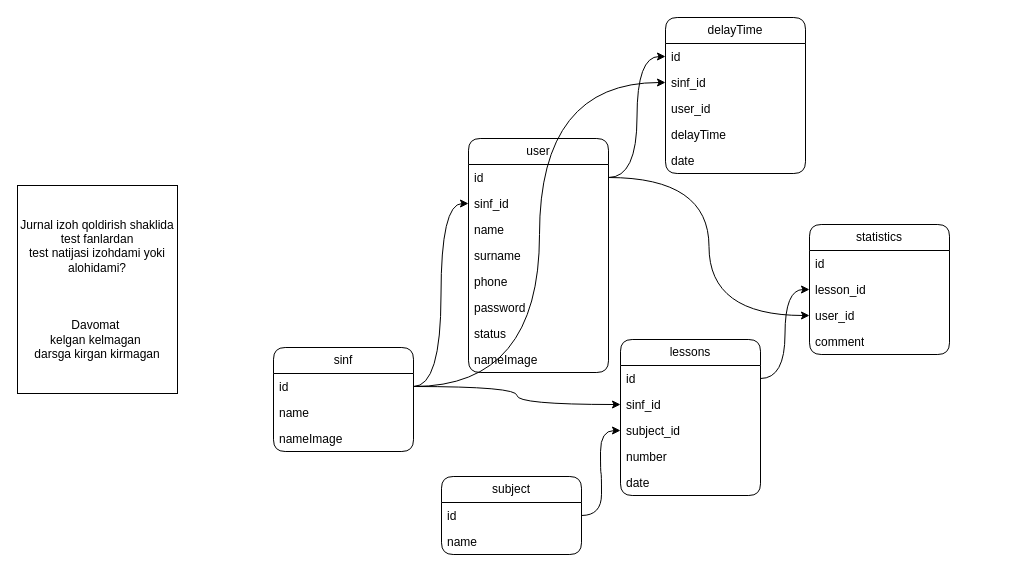
Above: Ixlos.drawio in MardonAslonov/DrawIo (draw.io), before the change. Source tidied: cells renumbered, new cells numbered last; positions are measured from the earlier drawing's top-left corner, leaving out a move shared by most shapes. Both pictures are drawn from the tidied source at 100%, with x=0, y=0 at pixel (17, 17).
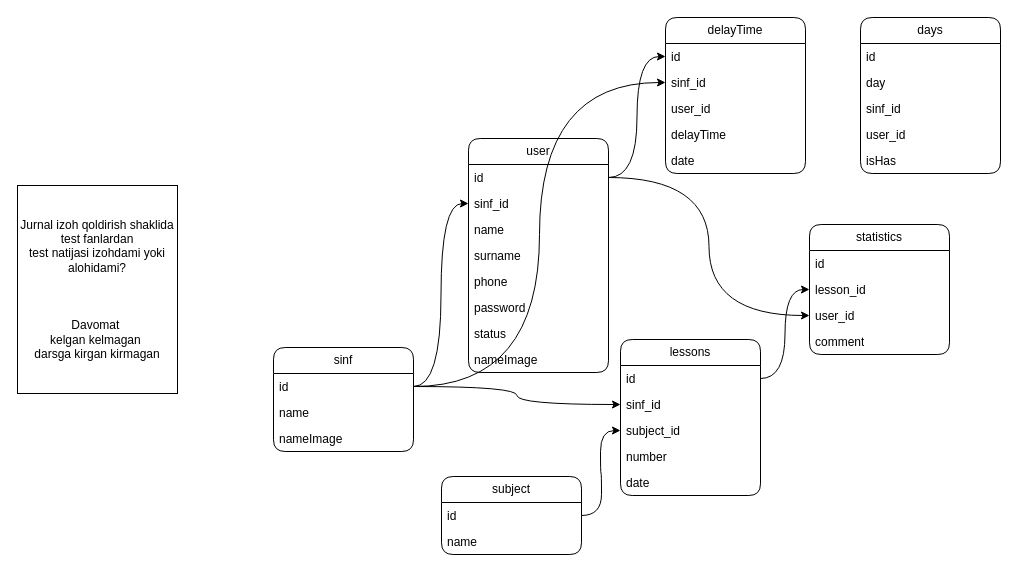
Above is the later version.

The edit, as a diff of the source:
```diff
@@
+    <mxCell id="43" value="days" style="swimlane;fontStyle=0;horizontal=1;startSize=26;fillColor=none;whiteSpace=wrap;html=1;rounded=1;shadow=0;glass=0;" parent="1" vertex="1">
+      <mxGeometry x="843" width="140" height="156" as="geometry" />
+    </mxCell>
+    <mxCell id="44" value="id" style="text;strokeColor=none;fillColor=none;align=left;verticalAlign=top;spacingLeft=4;spacingRight=4;overflow=hidden;whiteSpace=wrap;html=1;" parent="43" vertex="1">
+      <mxGeometry y="26" width="140" height="26" as="geometry" />
+    </mxCell>
+    <mxCell id="45" value="day" style="text;strokeColor=none;fillColor=none;align=left;verticalAlign=top;spacingLeft=4;spacingRight=4;overflow=hidden;whiteSpace=wrap;html=1;" parent="43" vertex="1">
+      <mxGeometry y="52" width="140" height="26" as="geometry" />
+    </mxCell>
+    <mxCell id="46" value="sinf_id" style="text;strokeColor=none;fillColor=none;align=left;verticalAlign=top;spacingLeft=4;spacingRight=4;overflow=hidden;whiteSpace=wrap;html=1;" parent="43" vertex="1">
+      <mxGeometry y="78" width="140" height="26" as="geometry" />
+    </mxCell>
+    <mxCell id="47" value="user_id" style="text;strokeColor=none;fillColor=none;align=left;verticalAlign=top;spacingLeft=4;spacingRight=4;overflow=hidden;whiteSpace=wrap;html=1;" parent="43" vertex="1">
+      <mxGeometry y="104" width="140" height="26" as="geometry" />
+    </mxCell>
+    <mxCell id="48" value="isHas" style="text;strokeColor=none;fillColor=none;align=left;verticalAlign=top;spacingLeft=4;spacingRight=4;overflow=hidden;whiteSpace=wrap;html=1;" parent="43" vertex="1">
+      <mxGeometry y="130" width="140" height="26" as="geometry" />
+    </mxCell>
```
